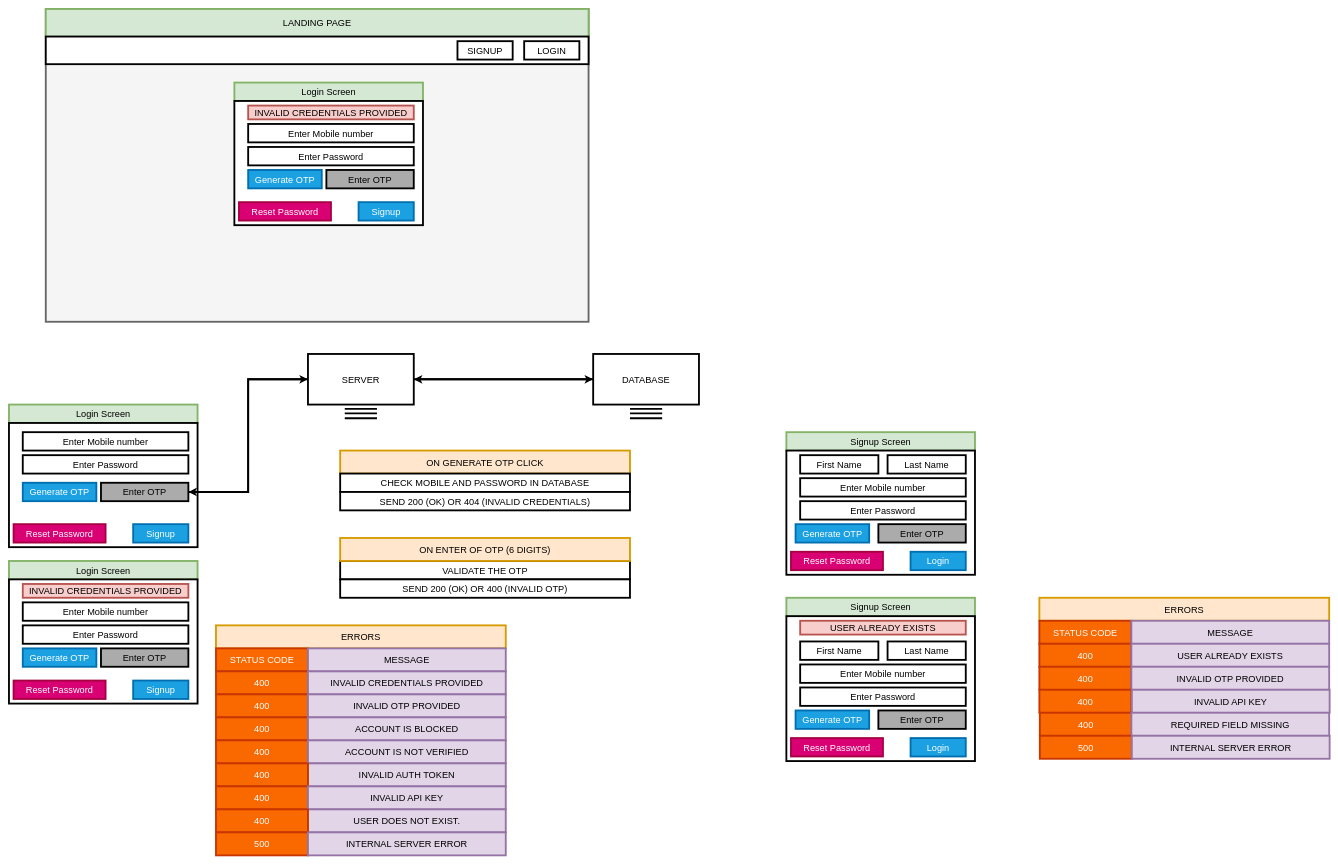
The draw.io diagram page "Auth Working" (2 of 3) of diagrams/chatting.drawio in devjayantmalik/chatting-web, before the edit. Source tidied: cells renumbered, new cells numbered last; positions are measured from the earlier drawing's top-left corner, leaving out a move shared by most shapes. Both pictures are drawn from the tidied source at 46%, with x=0, y=0 at pixel (9, 9).
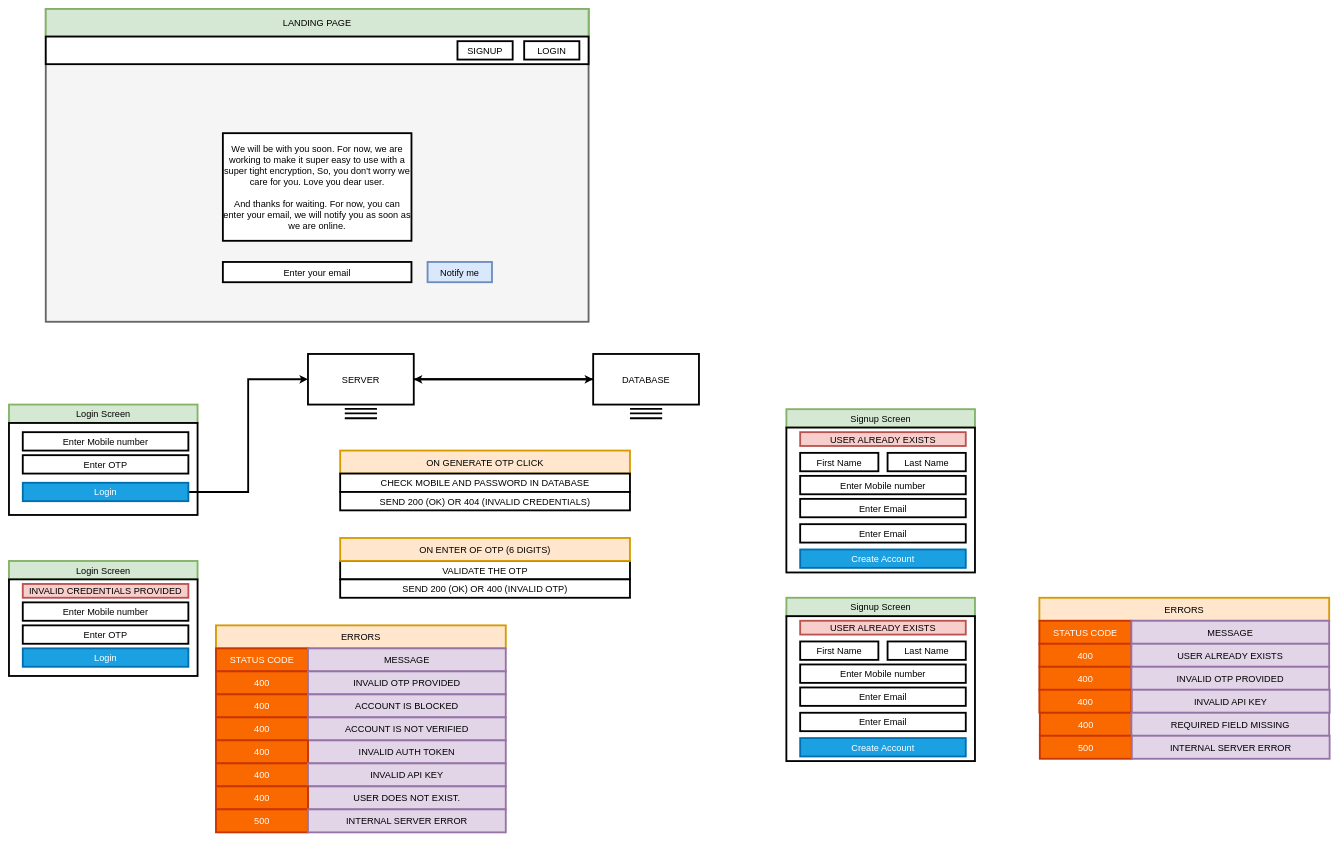
After the change.

Commit message (it also covers changes not shown here):
updated diagram and added script for header menu

Unchanged cells that the change refers to:
```xml
<mxCell id="12" value="SERVER" style="rounded=0;whiteSpace=wrap;html=1;strokeWidth=4;fontSize=20;" parent="11" vertex="1">
  <mxGeometry width="230" height="110" as="geometry" />
</mxCell>
```

What changed in the source:
```diff
@@
     <mxCell id="3" style="rounded=0;whiteSpace=wrap;html=1;strokeWidth=4;fontSize=20;" parent="1" vertex="1">
-      <mxGeometry y="900" width="410" height="270" as="geometry" />
+      <mxGeometry y="900" width="410" height="200" as="geometry" />
     </mxCell>
-    <mxCell id="4" value="Signup" style="rounded=0;whiteSpace=wrap;html=1;strokeWidth=4;fontSize=20;fillColor=#1ba1e2;strokeColor=#006EAF;fontColor=#ffffff;" parent="1" vertex="1">
-      <mxGeometry x="270" y="1120" width="120" height="40" as="geometry" />
-    </mxCell>
-    <mxCell id="5" value="Reset Password" style="rounded=0;whiteSpace=wrap;html=1;strokeWidth=4;fontSize=20;fillColor=#d80073;strokeColor=#A50040;fontColor=#ffffff;" parent="1" vertex="1">
-      <mxGeometry x="10" y="1120" width="200" height="40" as="geometry" />
-    </mxCell>
@@
-    <mxCell id="7" value="Enter Password" style="rounded=0;whiteSpace=wrap;html=1;strokeWidth=4;fontSize=20;" parent="1" vertex="1">
+    <mxCell id="7" value="Enter OTP" style="rounded=0;whiteSpace=wrap;html=1;strokeWidth=4;fontSize=20;" parent="1" vertex="1">
       <mxGeometry x="30" y="970" width="360" height="40" as="geometry" />
     </mxCell>
-    <mxCell id="8" style="edgeStyle=orthogonalEdgeStyle;rounded=0;jettySize=auto;html=1;entryX=0;entryY=0.5;entryDx=0;entryDy=0;strokeWidth=4;fontSize=20;" parent="1" edge="1" source="9" target="12">
-      <mxGeometry relative="1" as="geometry" />
-    </mxCell>
-    <mxCell id="9" value="Enter OTP" style="rounded=0;whiteSpace=wrap;html=1;strokeWidth=4;fontSize=20;fillColor=#ABABAB;" parent="1" vertex="1">
-      <mxGeometry x="200" y="1030" width="190" height="40" as="geometry" />
-    </mxCell>
+    <mxCell id="106" style="edgeStyle=orthogonalEdgeStyle;rounded=0;jettySize=auto;html=1;entryX=0;entryY=0.5;entryDx=0;entryDy=0;strokeWidth=4;" parent="1" edge="1" source="10" target="12">
+      <mxGeometry relative="1" as="geometry" />
+    </mxCell>
-    <mxCell id="10" value="Generate OTP" style="rounded=0;whiteSpace=wrap;html=1;strokeWidth=4;fontSize=20;fillColor=#1ba1e2;strokeColor=#006EAF;fontColor=#ffffff;" parent="1" vertex="1">
-      <mxGeometry x="30" y="1030" width="160" height="40" as="geometry" />
+    <mxCell id="10" value="Login" style="rounded=0;whiteSpace=wrap;html=1;strokeWidth=4;fontSize=20;fillColor=#1ba1e2;strokeColor=#006EAF;fontColor=#ffffff;" parent="1" vertex="1">
+      <mxGeometry x="30" y="1030" width="360" height="40" as="geometry" />
     </mxCell>
@@
-    <mxCell id="23" style="edgeStyle=orthogonalEdgeStyle;rounded=0;jettySize=auto;html=1;entryX=1;entryY=0.5;entryDx=0;entryDy=0;strokeWidth=4;fontSize=20;" parent="1" edge="1" source="12" target="9">
-      <mxGeometry relative="1" as="geometry" />
-    </mxCell>
@@
     <mxCell id="31" style="rounded=0;whiteSpace=wrap;html=1;strokeWidth=4;fontSize=20;" parent="1" vertex="1">
-      <mxGeometry y="1240" width="410" height="270" as="geometry" />
+      <mxGeometry y="1240" width="410" height="210" as="geometry" />
     </mxCell>
-    <mxCell id="32" value="Signup" style="rounded=0;whiteSpace=wrap;html=1;strokeWidth=4;fontSize=20;fillColor=#1ba1e2;strokeColor=#006EAF;fontColor=#ffffff;" parent="1" vertex="1">
-      <mxGeometry x="270" y="1460" width="120" height="40" as="geometry" />
-    </mxCell>
-    <mxCell id="33" value="Reset Password" style="rounded=0;whiteSpace=wrap;html=1;strokeWidth=4;fontSize=20;fillColor=#d80073;strokeColor=#A50040;fontColor=#ffffff;" parent="1" vertex="1">
-      <mxGeometry x="10" y="1460" width="200" height="40" as="geometry" />
-    </mxCell>
@@
-    <mxCell id="35" value="Enter Password" style="rounded=0;whiteSpace=wrap;html=1;strokeWidth=4;fontSize=20;" parent="1" vertex="1">
+    <mxCell id="35" value="Enter OTP" style="rounded=0;whiteSpace=wrap;html=1;strokeWidth=4;fontSize=20;" parent="1" vertex="1">
       <mxGeometry x="30" y="1340" width="360" height="40" as="geometry" />
     </mxCell>
-    <mxCell id="36" value="Enter OTP" style="rounded=0;whiteSpace=wrap;html=1;strokeWidth=4;fontSize=20;fillColor=#ABABAB;" parent="1" vertex="1">
-      <mxGeometry x="200" y="1390" width="190" height="40" as="geometry" />
-    </mxCell>
-    <mxCell id="37" value="Generate OTP" style="rounded=0;whiteSpace=wrap;html=1;strokeWidth=4;fontSize=20;fillColor=#1ba1e2;strokeColor=#006EAF;fontColor=#ffffff;" parent="1" vertex="1">
-      <mxGeometry x="30" y="1390" width="160" height="40" as="geometry" />
+    <mxCell id="37" value="Login" style="rounded=0;whiteSpace=wrap;html=1;strokeWidth=4;fontSize=20;fillColor=#1ba1e2;strokeColor=#006EAF;fontColor=#ffffff;" parent="1" vertex="1">
+      <mxGeometry x="30" y="1390" width="360" height="40" as="geometry" />
     </mxCell>
@@
-    <mxCell id="42" value="400" style="rounded=0;whiteSpace=wrap;html=1;strokeWidth=4;fillColor=#fa6800;fontSize=20;strokeColor=#C73500;fontColor=#ffffff;" parent="1" vertex="1">
-      <mxGeometry x="450" y="1440" width="200" height="50" as="geometry" />
-    </mxCell>
-    <mxCell id="43" value="INVALID CREDENTIALS PROVIDED" style="rounded=0;whiteSpace=wrap;html=1;strokeWidth=4;fillColor=#e1d5e7;fontSize=20;strokeColor=#9673a6;" parent="1" vertex="1">
-      <mxGeometry x="650" y="1440" width="430" height="50" as="geometry" />
-    </mxCell>
     <mxCell id="44" value="400" style="rounded=0;whiteSpace=wrap;html=1;strokeWidth=4;fillColor=#fa6800;fontSize=20;strokeColor=#C73500;fontColor=#ffffff;" parent="1" vertex="1">
-      <mxGeometry x="450" y="1490" width="200" height="50" as="geometry" />
+      <mxGeometry x="450" y="1440" width="200" height="50" as="geometry" />
     </mxCell>
     <mxCell id="45" value="INVALID OTP PROVIDED" style="rounded=0;whiteSpace=wrap;html=1;strokeWidth=4;fillColor=#e1d5e7;fontSize=20;strokeColor=#9673a6;" parent="1" vertex="1">
-      <mxGeometry x="650" y="1490" width="430" height="50" as="geometry" />
+      <mxGeometry x="650" y="1440" width="430" height="50" as="geometry" />
     </mxCell>
     <mxCell id="46" value="400" style="rounded=0;whiteSpace=wrap;html=1;strokeWidth=4;fillColor=#fa6800;fontSize=20;strokeColor=#C73500;fontColor=#ffffff;" parent="1" vertex="1">
-      <mxGeometry x="450" y="1540" width="200" height="50" as="geometry" />
+      <mxGeometry x="450" y="1490" width="200" height="50" as="geometry" />
     </mxCell>
     <mxCell id="47" value="ACCOUNT IS BLOCKED" style="rounded=0;whiteSpace=wrap;html=1;strokeWidth=4;fillColor=#e1d5e7;fontSize=20;strokeColor=#9673a6;" parent="1" vertex="1">
-      <mxGeometry x="650" y="1540" width="430" height="50" as="geometry" />
+      <mxGeometry x="650" y="1490" width="430" height="50" as="geometry" />
     </mxCell>
     <mxCell id="48" value="400" style="rounded=0;whiteSpace=wrap;html=1;strokeWidth=4;fillColor=#fa6800;fontSize=20;strokeColor=#C73500;fontColor=#ffffff;" parent="1" vertex="1">
-      <mxGeometry x="450" y="1590" width="200" height="50" as="geometry" />
+      <mxGeometry x="450" y="1540" width="200" height="50" as="geometry" />
     </mxCell>
     <mxCell id="49" value="ACCOUNT IS NOT VERIFIED" style="rounded=0;whiteSpace=wrap;html=1;strokeWidth=4;fillColor=#e1d5e7;fontSize=20;strokeColor=#9673a6;" parent="1" vertex="1">
-      <mxGeometry x="650" y="1590" width="430" height="50" as="geometry" />
+      <mxGeometry x="650" y="1540" width="430" height="50" as="geometry" />
     </mxCell>
     <mxCell id="50" value="INVALID AUTH TOKEN" style="rounded=0;whiteSpace=wrap;html=1;strokeWidth=4;fillColor=#e1d5e7;fontSize=20;strokeColor=#9673a6;" parent="1" vertex="1">
-      <mxGeometry x="650" y="1640" width="430" height="50" as="geometry" />
+      <mxGeometry x="650" y="1590" width="430" height="50" as="geometry" />
     </mxCell>
     <mxCell id="51" value="400" style="rounded=0;whiteSpace=wrap;html=1;strokeWidth=4;fillColor=#fa6800;fontSize=20;strokeColor=#C73500;fontColor=#ffffff;" parent="1" vertex="1">
-      <mxGeometry x="450" y="1640" width="200" height="50" as="geometry" />
+      <mxGeometry x="450" y="1590" width="200" height="50" as="geometry" />
     </mxCell>
     <mxCell id="52" value="400" style="rounded=0;whiteSpace=wrap;html=1;strokeWidth=4;fillColor=#fa6800;fontSize=20;strokeColor=#C73500;fontColor=#ffffff;" parent="1" vertex="1">
-      <mxGeometry x="450" y="1690" width="200" height="50" as="geometry" />
+      <mxGeometry x="450" y="1640" width="200" height="50" as="geometry" />
     </mxCell>
     <mxCell id="53" value="INVALID API KEY" style="rounded=0;whiteSpace=wrap;html=1;strokeWidth=4;fillColor=#e1d5e7;fontSize=20;strokeColor=#9673a6;" parent="1" vertex="1">
-      <mxGeometry x="650" y="1690" width="430" height="50" as="geometry" />
+      <mxGeometry x="650" y="1640" width="430" height="50" as="geometry" />
     </mxCell>
     <mxCell id="54" value="USER DOES NOT EXIST." style="rounded=0;whiteSpace=wrap;html=1;strokeWidth=4;fillColor=#e1d5e7;fontSize=20;strokeColor=#9673a6;" parent="1" vertex="1">
-      <mxGeometry x="650" y="1740" width="430" height="50" as="geometry" />
+      <mxGeometry x="650" y="1690" width="430" height="50" as="geometry" />
     </mxCell>
     <mxCell id="55" value="400" style="rounded=0;whiteSpace=wrap;html=1;strokeWidth=4;fillColor=#fa6800;fontSize=20;strokeColor=#C73500;fontColor=#ffffff;" parent="1" vertex="1">
-      <mxGeometry x="450" y="1740" width="200" height="50" as="geometry" />
+      <mxGeometry x="450" y="1690" width="200" height="50" as="geometry" />
     </mxCell>
-    <mxCell id="56" value="Signup Screen" style="rounded=0;whiteSpace=wrap;html=1;strokeWidth=4;fontSize=20;fillColor=#d5e8d4;strokeColor=#82b366;" parent="1" vertex="1">
-      <mxGeometry x="1690" y="920" width="410" height="40" as="geometry" />
-    </mxCell>
-    <mxCell id="57" style="rounded=0;whiteSpace=wrap;html=1;strokeWidth=4;fontSize=20;" parent="1" vertex="1">
-      <mxGeometry x="1690" y="960" width="410" height="270" as="geometry" />
-    </mxCell>
-    <mxCell id="58" value="Login" style="rounded=0;whiteSpace=wrap;html=1;strokeWidth=4;fontSize=20;fillColor=#1ba1e2;strokeColor=#006EAF;fontColor=#ffffff;" parent="1" vertex="1">
-      <mxGeometry x="1960" y="1180" width="120" height="40" as="geometry" />
-    </mxCell>
-    <mxCell id="59" value="Reset Password" style="rounded=0;whiteSpace=wrap;html=1;strokeWidth=4;fontSize=20;fillColor=#d80073;strokeColor=#A50040;fontColor=#ffffff;" parent="1" vertex="1">
-      <mxGeometry x="1700" y="1180" width="200" height="40" as="geometry" />
-    </mxCell>
-    <mxCell id="60" value="Enter Mobile number" style="rounded=0;whiteSpace=wrap;html=1;strokeWidth=4;fontSize=20;" parent="1" vertex="1">
-      <mxGeometry x="1720" y="1020" width="360" height="40" as="geometry" />
-    </mxCell>
-    <mxCell id="61" value="Enter Password" style="rounded=0;whiteSpace=wrap;html=1;strokeWidth=4;fontSize=20;" parent="1" vertex="1">
-      <mxGeometry x="1720" y="1070" width="360" height="40" as="geometry" />
-    </mxCell>
-    <mxCell id="62" value="Enter OTP" style="rounded=0;whiteSpace=wrap;html=1;strokeWidth=4;fontSize=20;fillColor=#ABABAB;" parent="1" vertex="1">
-      <mxGeometry x="1890" y="1120" width="190" height="40" as="geometry" />
-    </mxCell>
-    <mxCell id="63" value="Generate OTP" style="rounded=0;whiteSpace=wrap;html=1;strokeWidth=4;fontSize=20;fillColor=#1ba1e2;strokeColor=#006EAF;fontColor=#ffffff;" parent="1" vertex="1">
-      <mxGeometry x="1710" y="1120" width="160" height="40" as="geometry" />
-    </mxCell>
-    <mxCell id="64" value="First Name" style="rounded=0;whiteSpace=wrap;html=1;strokeWidth=4;fontSize=20;" parent="1" vertex="1">
-      <mxGeometry x="1720" y="970" width="170" height="40" as="geometry" />
-    </mxCell>
-    <mxCell id="65" value="Last Name" style="rounded=0;whiteSpace=wrap;html=1;strokeWidth=4;fontSize=20;" parent="1" vertex="1">
-      <mxGeometry x="1910" y="970" width="170" height="40" as="geometry" />
-    </mxCell>
@@
-    <mxCell id="68" value="Login" style="rounded=0;whiteSpace=wrap;html=1;strokeWidth=4;fontSize=20;fillColor=#1ba1e2;strokeColor=#006EAF;fontColor=#ffffff;" parent="1" vertex="1">
-      <mxGeometry x="1960" y="1585" width="120" height="40" as="geometry" />
-    </mxCell>
-    <mxCell id="69" value="Reset Password" style="rounded=0;whiteSpace=wrap;html=1;strokeWidth=4;fontSize=20;fillColor=#d80073;strokeColor=#A50040;fontColor=#ffffff;" parent="1" vertex="1">
-      <mxGeometry x="1700" y="1585" width="200" height="40" as="geometry" />
-    </mxCell>
@@
-    <mxCell id="71" value="Enter Password" style="rounded=0;whiteSpace=wrap;html=1;strokeWidth=4;fontSize=20;" parent="1" vertex="1">
+    <mxCell id="71" value="Enter Email" style="rounded=0;whiteSpace=wrap;html=1;strokeWidth=4;fontSize=20;" parent="1" vertex="1">
       <mxGeometry x="1720" y="1475" width="360" height="40" as="geometry" />
     </mxCell>
-    <mxCell id="72" value="Enter OTP" style="rounded=0;whiteSpace=wrap;html=1;strokeWidth=4;fontSize=20;fillColor=#ABABAB;" parent="1" vertex="1">
-      <mxGeometry x="1890" y="1525" width="190" height="40" as="geometry" />
-    </mxCell>
-    <mxCell id="73" value="Generate OTP" style="rounded=0;whiteSpace=wrap;html=1;strokeWidth=4;fontSize=20;fillColor=#1ba1e2;strokeColor=#006EAF;fontColor=#ffffff;" parent="1" vertex="1">
-      <mxGeometry x="1710" y="1525" width="160" height="40" as="geometry" />
+    <mxCell id="73" value="Create Account" style="rounded=0;whiteSpace=wrap;html=1;strokeWidth=4;fontSize=20;fillColor=#1ba1e2;strokeColor=#006EAF;fontColor=#ffffff;" parent="1" vertex="1">
+      <mxGeometry x="1720" y="1585" width="360" height="40" as="geometry" />
     </mxCell>
@@
     <mxCell id="90" value="500" style="rounded=0;whiteSpace=wrap;html=1;strokeWidth=4;fillColor=#fa6800;fontSize=20;strokeColor=#C73500;fontColor=#ffffff;" parent="1" vertex="1">
-      <mxGeometry x="450" y="1790" width="200" height="50" as="geometry" />
+      <mxGeometry x="450" y="1740" width="200" height="50" as="geometry" />
     </mxCell>
     <mxCell id="91" value="INTERNAL SERVER ERROR" style="rounded=0;whiteSpace=wrap;html=1;strokeWidth=4;fillColor=#e1d5e7;fontSize=20;strokeColor=#9673a6;" parent="1" vertex="1">
-      <mxGeometry x="650" y="1790" width="430" height="50" as="geometry" />
+      <mxGeometry x="650" y="1740" width="430" height="50" as="geometry" />
     </mxCell>
@@
-    <mxCell id="97" value="Login Screen" style="rounded=0;whiteSpace=wrap;html=1;strokeWidth=4;fontSize=20;fillColor=#d5e8d4;strokeColor=#82b366;" parent="1" vertex="1">
-      <mxGeometry x="490" y="160" width="410" height="40" as="geometry" />
-    </mxCell>
-    <mxCell id="98" style="rounded=0;whiteSpace=wrap;html=1;strokeWidth=4;fontSize=20;" parent="1" vertex="1">
-      <mxGeometry x="490" y="200" width="410" height="270" as="geometry" />
+    <mxCell id="98" value="We will be with you soon. For now, we are working to make it super easy to use with a super tight encryption, So, you don't worry we care for you. Love you dear user.&lt;br&gt;&lt;br&gt;And thanks for waiting. For now, you can enter your email, we will notify you as soon as we are online." style="rounded=0;whiteSpace=wrap;html=1;strokeWidth=4;fontSize=20;" parent="1" vertex="1">
+      <mxGeometry x="465" y="270" width="410" height="234" as="geometry" />
     </mxCell>
-    <mxCell id="99" value="Signup" style="rounded=0;whiteSpace=wrap;html=1;strokeWidth=4;fontSize=20;fillColor=#1ba1e2;strokeColor=#006EAF;fontColor=#ffffff;" parent="1" vertex="1">
-      <mxGeometry x="760" y="420" width="120" height="40" as="geometry" />
-    </mxCell>
-    <mxCell id="100" value="Reset Password" style="rounded=0;whiteSpace=wrap;html=1;strokeWidth=4;fontSize=20;fillColor=#d80073;strokeColor=#A50040;fontColor=#ffffff;" parent="1" vertex="1">
-      <mxGeometry x="500" y="420" width="200" height="40" as="geometry" />
-    </mxCell>
-    <mxCell id="101" value="Enter Mobile number" style="rounded=0;whiteSpace=wrap;html=1;strokeWidth=4;fontSize=20;" parent="1" vertex="1">
-      <mxGeometry x="520" y="250" width="360" height="40" as="geometry" />
-    </mxCell>
-    <mxCell id="102" value="Enter Password" style="rounded=0;whiteSpace=wrap;html=1;strokeWidth=4;fontSize=20;" parent="1" vertex="1">
-      <mxGeometry x="520" y="300" width="360" height="40" as="geometry" />
-    </mxCell>
-    <mxCell id="103" value="Enter OTP" style="rounded=0;whiteSpace=wrap;html=1;strokeWidth=4;fontSize=20;fillColor=#ABABAB;" parent="1" vertex="1">
-      <mxGeometry x="690" y="350" width="190" height="40" as="geometry" />
-    </mxCell>
-    <mxCell id="104" value="Generate OTP" style="rounded=0;whiteSpace=wrap;html=1;strokeWidth=4;fontSize=20;fillColor=#1ba1e2;strokeColor=#006EAF;fontColor=#ffffff;" parent="1" vertex="1">
-      <mxGeometry x="520" y="350" width="160" height="40" as="geometry" />
-    </mxCell>
-    <mxCell id="105" value="INVALID CREDENTIALS PROVIDED" style="rounded=0;whiteSpace=wrap;html=1;strokeWidth=4;fontSize=20;fillColor=#f8cecc;strokeColor=#b85450;" parent="1" vertex="1">
-      <mxGeometry x="520" y="210" width="360" height="30" as="geometry" />
-    </mxCell>
+    <mxCell id="107" value="Enter Email" style="rounded=0;whiteSpace=wrap;html=1;strokeWidth=4;fontSize=20;" parent="1" vertex="1">
+      <mxGeometry x="1720" y="1530" width="360" height="40" as="geometry" />
+    </mxCell>
+    <mxCell id="56" value="Signup Screen" style="rounded=0;whiteSpace=wrap;html=1;strokeWidth=4;fontSize=20;fillColor=#d5e8d4;strokeColor=#82b366;" parent="1" vertex="1">
+      <mxGeometry x="1690" y="870" width="410" height="40" as="geometry" />
+    </mxCell>
+    <mxCell id="108" style="rounded=0;whiteSpace=wrap;html=1;strokeWidth=4;fontSize=20;" parent="1" vertex="1">
+      <mxGeometry x="1690" y="910" width="410" height="315" as="geometry" />
+    </mxCell>
+    <mxCell id="109" value="Enter Mobile number" style="rounded=0;whiteSpace=wrap;html=1;strokeWidth=4;fontSize=20;" parent="1" vertex="1">
+      <mxGeometry x="1720" y="1015" width="360" height="40" as="geometry" />
+    </mxCell>
+    <mxCell id="110" value="Enter Email" style="rounded=0;whiteSpace=wrap;html=1;strokeWidth=4;fontSize=20;" parent="1" vertex="1">
+      <mxGeometry x="1720" y="1065" width="360" height="40" as="geometry" />
+    </mxCell>
+    <mxCell id="111" value="Create Account" style="rounded=0;whiteSpace=wrap;html=1;strokeWidth=4;fontSize=20;fillColor=#1ba1e2;strokeColor=#006EAF;fontColor=#ffffff;" parent="1" vertex="1">
+      <mxGeometry x="1720" y="1175" width="360" height="40" as="geometry" />
+    </mxCell>
+    <mxCell id="64" value="First Name" style="rounded=0;whiteSpace=wrap;html=1;strokeWidth=4;fontSize=20;" parent="1" vertex="1">
+      <mxGeometry x="1720" y="965" width="170" height="40" as="geometry" />
+    </mxCell>
+    <mxCell id="65" value="Last Name" style="rounded=0;whiteSpace=wrap;html=1;strokeWidth=4;fontSize=20;" parent="1" vertex="1">
+      <mxGeometry x="1910" y="965" width="170" height="40" as="geometry" />
+    </mxCell>
+    <mxCell id="112" value="USER ALREADY EXISTS" style="rounded=0;whiteSpace=wrap;html=1;strokeWidth=4;fontSize=20;fillColor=#f8cecc;strokeColor=#b85450;" parent="1" vertex="1">
+      <mxGeometry x="1720" y="920" width="360" height="30" as="geometry" />
+    </mxCell>
+    <mxCell id="113" value="Enter Email" style="rounded=0;whiteSpace=wrap;html=1;strokeWidth=4;fontSize=20;" parent="1" vertex="1">
+      <mxGeometry x="1720" y="1120" width="360" height="40" as="geometry" />
+    </mxCell>
+    <mxCell id="114" value="Enter your email" style="rounded=0;whiteSpace=wrap;html=1;strokeWidth=4;fontSize=20;" parent="1" vertex="1">
+      <mxGeometry x="465" y="550" width="410" height="44" as="geometry" />
+    </mxCell>
+    <mxCell id="115" value="Notify me" style="rounded=0;whiteSpace=wrap;html=1;strokeWidth=4;fontSize=20;fillColor=#dae8fc;strokeColor=#6c8ebf;" parent="1" vertex="1">
+      <mxGeometry x="910" y="550" width="140" height="44" as="geometry" />
+    </mxCell>
```
